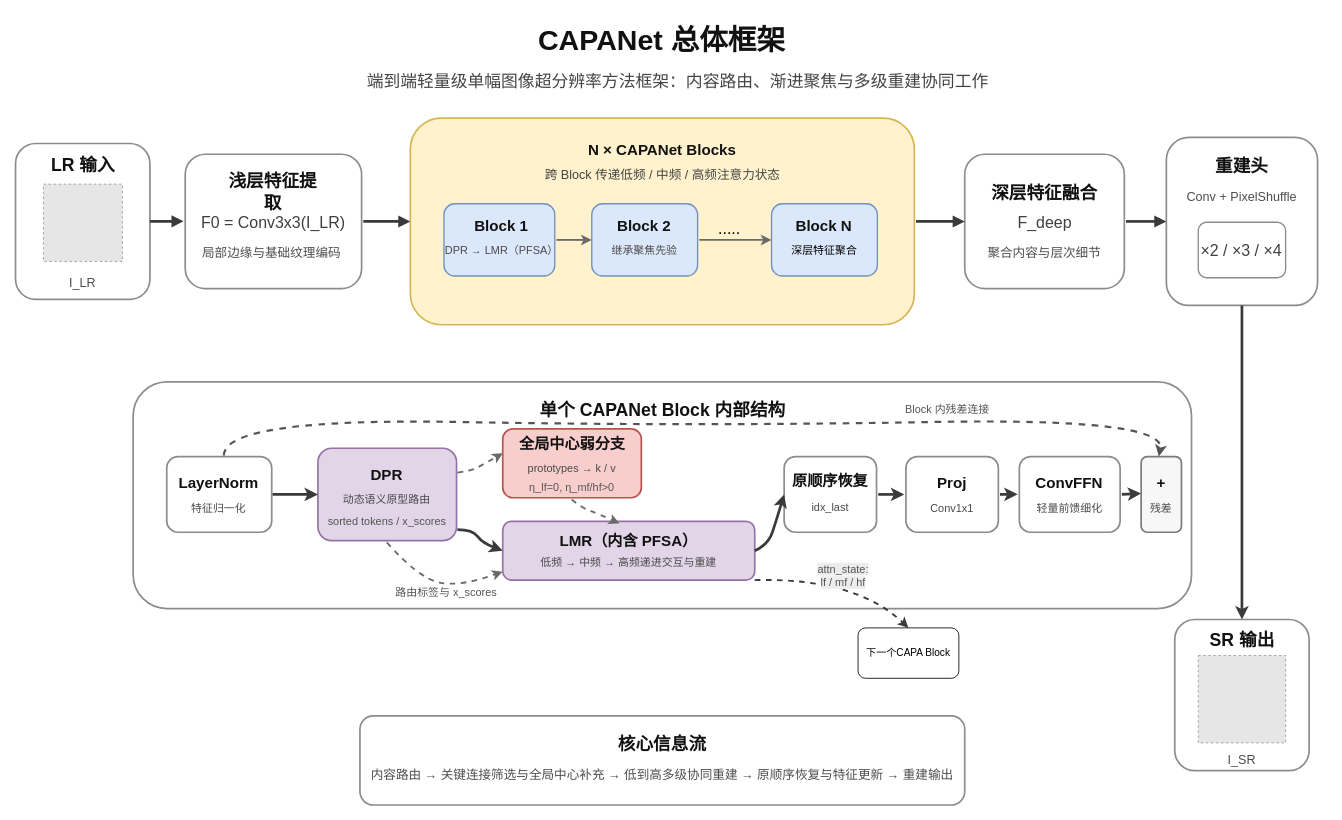
Earlier version of the draw.io diagram figures_drawio/fig4_capanet_overall_architecture_1to1_original_LR_SR.drawio (nhh-7/catanet_pfa). Source tidied: cells renumbered, new cells numbered last; positions are measured from the earlier drawing's top-left corner, leaving out a move shared by most shapes. Both pictures are drawn from the tidied source at 84%, with x=0, y=0 at pixel (15, 14). Pictures stored in the file or linked from it are replaced by grey dashed boxes.
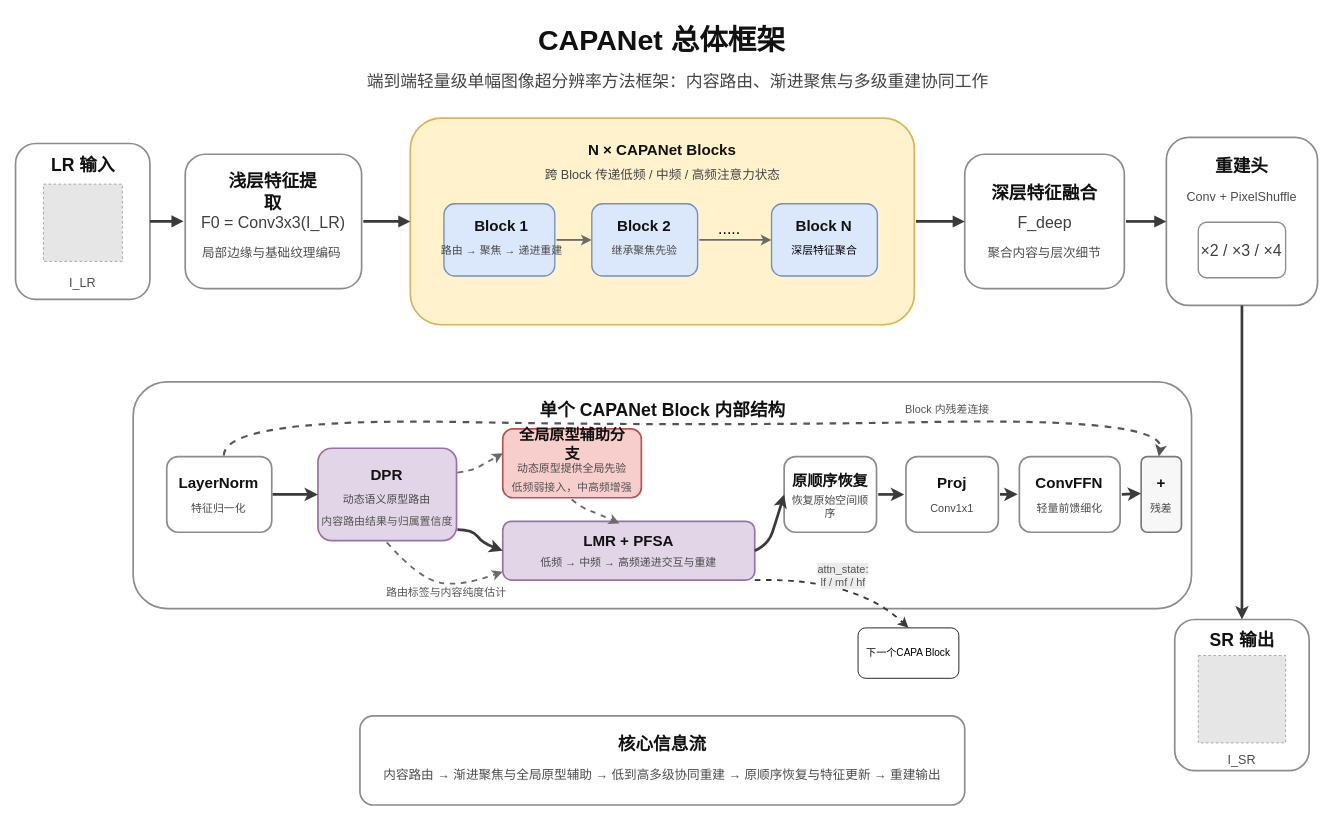
The same diagram, later.

Diff of the diagram source:
```diff
@@
-    <mxCell id="32" value="DPR → LMR（PFSA）" style="text;html=1;whiteSpace=wrap;strokeColor=none;fillColor=none;fontSize=13.0;fontStyle=0;fontColor=#4a4a4a;align=center;verticalAlign=middle;" parent="1" vertex="1">
+    <mxCell id="32" value="路由 → 聚焦 → 递进重建" style="text;html=1;whiteSpace=wrap;strokeColor=none;fillColor=none;fontSize=13.0;fontStyle=0;fontColor=#4a4a4a;align=center;verticalAlign=middle;" parent="1" vertex="1">
       <mxGeometry x="491.2" y="268.1" width="175.5" height="23.4" as="geometry" />
     </mxCell>
@@
-    <mxCell id="49" value="sorted tokens / x_scores" style="text;html=1;whiteSpace=wrap;strokeColor=none;fillColor=none;fontSize=13.0;fontStyle=0;fontColor=#555555;align=center;verticalAlign=middle;" parent="1" vertex="1">
+    <mxCell id="49" value="内容路由结果与归属置信度" style="text;html=1;whiteSpace=wrap;strokeColor=none;fillColor=none;fontSize=13.0;fontStyle=0;fontColor=#555555;align=center;verticalAlign=middle;" parent="1" vertex="1">
       <mxGeometry x="301.6" y="591.1" width="280.8" height="23.4" as="geometry" />
     </mxCell>
-    <mxCell id="50" value="全局中心弱分支" style="text;html=1;whiteSpace=wrap;strokeColor=none;fillColor=none;fontSize=18.0;fontStyle=1;fontColor=#111111;align=center;verticalAlign=middle;" parent="1" vertex="1">
+    <mxCell id="50" value="全局原型辅助分支" style="text;html=1;whiteSpace=wrap;strokeColor=none;fillColor=none;fontSize=18.0;fontStyle=1;fontColor=#111111;align=center;verticalAlign=middle;" parent="1" vertex="1">
       <mxGeometry x="597.5" y="495.8" width="130" height="32.4" as="geometry" />
     </mxCell>
-    <mxCell id="51" value="prototypes → k / v" style="text;html=1;whiteSpace=wrap;strokeColor=none;fillColor=none;fontSize=13.0;fontStyle=0;fontColor=#4a4a4a;align=center;verticalAlign=middle;" parent="1" vertex="1">
+    <mxCell id="51" value="动态原型提供全局先验" style="text;html=1;whiteSpace=wrap;strokeColor=none;fillColor=none;fontSize=13.0;fontStyle=0;fontColor=#4a4a4a;align=center;verticalAlign=middle;" parent="1" vertex="1">
       <mxGeometry x="556.7" y="528.1" width="210.6" height="23.4" as="geometry" />
     </mxCell>
-    <mxCell id="52" value="η_lf=0, η_mf/hf&gt;0" style="text;html=1;whiteSpace=wrap;strokeColor=none;fillColor=none;fontSize=13.0;fontStyle=0;fontColor=#555555;align=center;verticalAlign=middle;" parent="1" vertex="1">
+    <mxCell id="52" value="低频弱接入，中高频增强" style="text;html=1;whiteSpace=wrap;strokeColor=none;fillColor=none;fontSize=13.0;fontStyle=0;fontColor=#555555;align=center;verticalAlign=middle;" parent="1" vertex="1">
       <mxGeometry x="562.5" y="550.1" width="198.9" height="23.4" as="geometry" />
     </mxCell>
-    <mxCell id="53" value="LMR（内含 PFSA）" style="text;html=1;whiteSpace=wrap;strokeColor=none;fillColor=none;fontSize=18.0;fontStyle=1;fontColor=#111111;align=center;verticalAlign=middle;" parent="1" vertex="1">
+    <mxCell id="53" value="LMR + PFSA" style="text;html=1;whiteSpace=wrap;strokeColor=none;fillColor=none;fontSize=18.0;fontStyle=1;fontColor=#111111;align=center;verticalAlign=middle;" parent="1" vertex="1">
       <mxGeometry x="632.8" y="610.4" width="194.4" height="32.4" as="geometry" />
     </mxCell>
@@
-    <mxCell id="56" value="idx_last" style="text;html=1;whiteSpace=wrap;strokeColor=none;fillColor=none;fontSize=13.0;fontStyle=0;fontColor=#4a4a4a;align=center;verticalAlign=middle;" parent="1" vertex="1">
+    <mxCell id="56" value="恢复原始空间顺序" style="text;html=1;whiteSpace=wrap;strokeColor=none;fillColor=none;fontSize=13.0;fontStyle=0;fontColor=#4a4a4a;align=center;verticalAlign=middle;" parent="1" vertex="1">
       <mxGeometry x="923.2" y="574.1" width="93.6" height="23.4" as="geometry" />
     </mxCell>
@@
-    <mxCell id="63" value="路由标签与 x_scores" style="text;html=1;whiteSpace=wrap;strokeColor=none;fillColor=none;fontSize=13.0;fontStyle=0;fontColor=#555555;align=center;verticalAlign=middle;" parent="1" vertex="1">
+    <mxCell id="63" value="路由标签与内容纯度估计" style="text;html=1;whiteSpace=wrap;strokeColor=none;fillColor=none;fontSize=13.0;fontStyle=0;fontColor=#555555;align=center;verticalAlign=middle;" parent="1" vertex="1">
       <mxGeometry x="431.1" y="676.1" width="163.8" height="23.4" as="geometry" />
     </mxCell>
@@
-    <mxCell id="66" value="内容路由 → 关键连接筛选与全局中心补充 → 低到高多级协同重建 → 原顺序恢复与特征更新 → 重建输出" style="text;html=1;whiteSpace=wrap;strokeColor=none;fillColor=none;fontSize=15.0;fontStyle=0;fontColor=#4d4d4d;align=center;verticalAlign=middle;" parent="1" vertex="1">
+    <mxCell id="66" value="内容路由 → 渐进聚焦与全局原型辅助 → 低到高多级协同重建 → 原顺序恢复与特征更新 → 重建输出" style="text;html=1;whiteSpace=wrap;strokeColor=none;fillColor=none;fontSize=15.0;fontStyle=0;fontColor=#4d4d4d;align=center;verticalAlign=middle;" parent="1" vertex="1">
       <mxGeometry x="420" y="890.6" width="700" height="27" as="geometry" />
     </mxCell>
```
